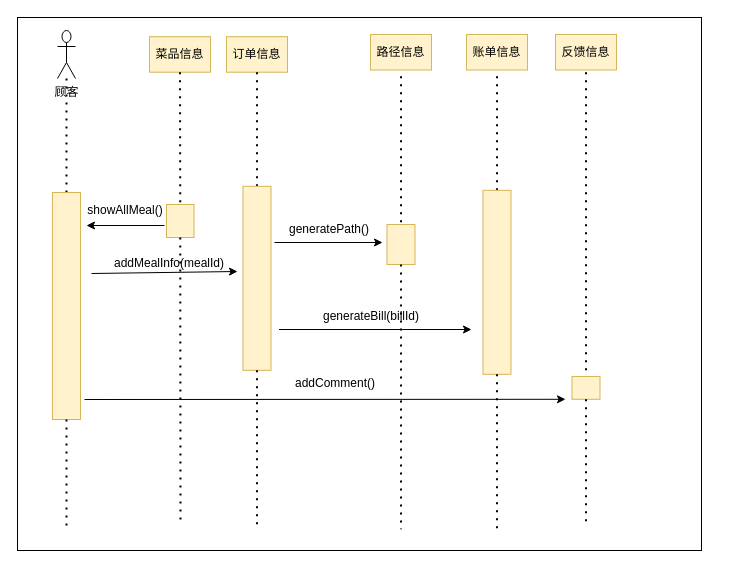
The draw.io diagram 顺序图.drawio in Hanghang-614/gulimall, before the edit. Source tidied: cells renumbered, new cells numbered last; positions are measured from the earlier drawing's top-left corner, leaving out a move shared by most shapes. Both pictures are drawn from the tidied source at 100%, with x=0, y=0 at pixel (17, 17).
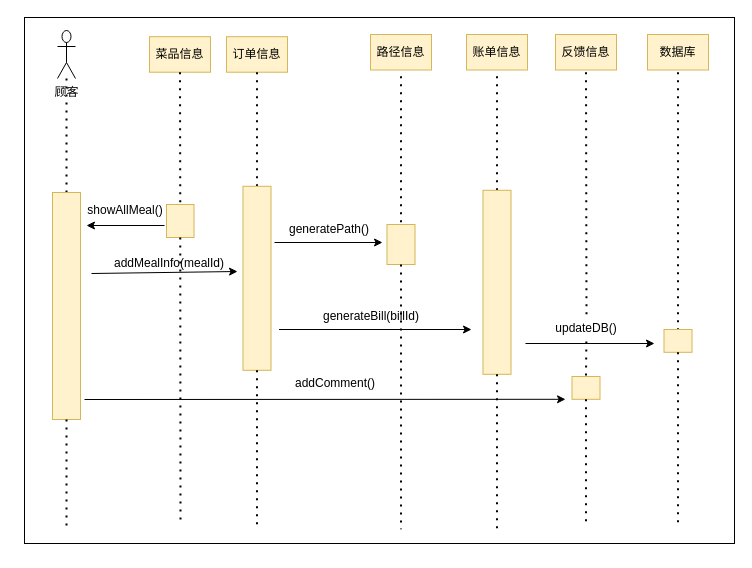
Above is the later version.

Commit message (it also covers changes not shown here):
更新顺序图.drawio

Unchanged cells that the change refers to:
```xml
<mxCell id="25" style="rounded=0;whiteSpace=wrap;html=1;fillColor=#fff2cc;strokeColor=#d6b656;" parent="1" vertex="1">
  <mxGeometry x="554.5" y="359" width="28" height="22.8" as="geometry" />
</mxCell>
```

Change to the diagram source:
```diff
@@
-    <mxCell id="2" style="rounded=0;whiteSpace=wrap;html=1;" parent="1" vertex="1">
-      <mxGeometry width="684" height="533" as="geometry" />
-    </mxCell>
+    <mxCell id="37" style="rounded=0;whiteSpace=wrap;html=1;" parent="1" vertex="1">
+      <mxGeometry x="7" width="710" height="526" as="geometry" />
+    </mxCell>
@@
-    <mxCell id="24" style="endArrow=none;dashed=1;html=1;dashPattern=1 3;strokeWidth=2;rounded=0;entryX=0.5;entryY=0;entryDx=0;entryDy=0;" parent="1" edge="1" target="25">
-      <mxGeometry relative="1" as="geometry">
-        <mxPoint x="568.5" y="54.8" as="sourcePoint" />
-      </mxGeometry>
+    <mxCell id="24" style="endArrow=none;dashed=1;html=1;dashPattern=1 3;strokeWidth=2;rounded=0;entryX=0.5;entryY=0;entryDx=0;entryDy=0;startArrow=none;" parent="1" edge="1" source="43" target="25">
+      <mxGeometry relative="1" as="geometry" />
     </mxCell>
@@
+    <mxCell id="38" value="数据库" style="rounded=0;whiteSpace=wrap;html=1;fillColor=#fff2cc;strokeColor=#d6b656;" parent="1" vertex="1">
+      <mxGeometry x="630" y="17" width="61" height="35.5" as="geometry" />
+    </mxCell>
+    <mxCell id="39" style="endArrow=none;dashed=1;html=1;dashPattern=1 3;strokeWidth=2;rounded=0;entryX=0.5;entryY=0;entryDx=0;entryDy=0;" parent="1" edge="1" target="40">
+      <mxGeometry relative="1" as="geometry">
+        <mxPoint x="660.5" y="54.8" as="sourcePoint" />
+      </mxGeometry>
+    </mxCell>
+    <mxCell id="40" style="rounded=0;whiteSpace=wrap;html=1;fillColor=#fff2cc;strokeColor=#d6b656;" parent="1" vertex="1">
+      <mxGeometry x="646.5" y="312" width="28" height="22.8" as="geometry" />
+    </mxCell>
+    <mxCell id="41" style="endArrow=none;dashed=1;html=1;dashPattern=1 3;strokeWidth=2;rounded=0;exitX=0.5;exitY=1;exitDx=0;exitDy=0;" parent="1" edge="1" source="40">
+      <mxGeometry relative="1" as="geometry">
+        <mxPoint x="660.5" y="507.8" as="targetPoint" />
+      </mxGeometry>
+    </mxCell>
+    <mxCell id="42" style="endArrow=classic;html=1;rounded=0;" parent="1" edge="1">
+      <mxGeometry relative="1" as="geometry">
+        <mxPoint x="508" y="326" as="sourcePoint" />
+        <mxPoint x="637" y="326" as="targetPoint" />
+      </mxGeometry>
+    </mxCell>
+    <mxCell id="43" value="updateDB()" style="text;html=1;strokeColor=none;fillColor=none;align=center;verticalAlign=middle;whiteSpace=wrap;rounded=0;" parent="1" vertex="1">
+      <mxGeometry x="539" y="298" width="60" height="26" as="geometry" />
+    </mxCell>
+    <mxCell id="44" style="endArrow=none;dashed=1;html=1;dashPattern=1 3;strokeWidth=2;rounded=0;entryX=0.5;entryY=0;entryDx=0;entryDy=0;" parent="1" edge="1" target="43">
+      <mxGeometry relative="1" as="geometry">
+        <mxPoint x="568.5" y="54.8" as="sourcePoint" />
+      </mxGeometry>
+    </mxCell>
```
